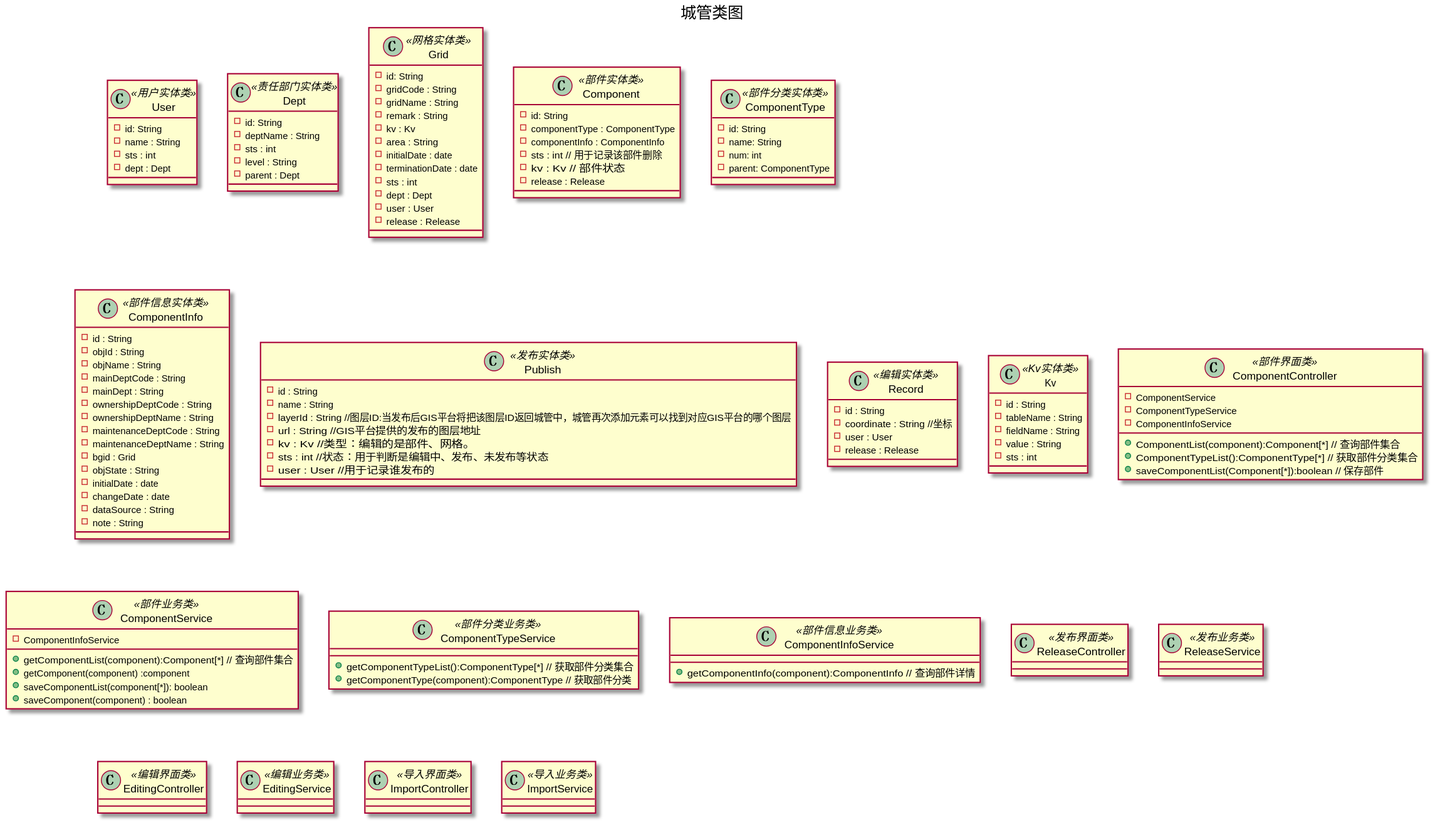
This is doc/ClassUml/城管类图/城管类图.svg from missaouib/urban-management-platform, a PlantUML export, as it was before one commit. Source of this version:
```plantuml
@startuml
title 城管类图
class User <<用户实体类>>{
    -id: String
    -name : String
    -sts : int
    -dept : Dept
}

class Dept<<责任部门实体类>>{
    -id: String
    -deptName : String
    -sts : int
    -level : String
    -parent : Dept
}

class Grid<<网格实体类>>{
    -id: String
    -gridCode : String
    -gridName : String
    -remark : String
    -kv : Kv
    -area : String
    -initialDate : date
    -terminationDate : date
    -sts : int
    -dept : Dept
    -user : User
    -release : Release
}

class Component<<部件实体类>>{
    -id: String
    -componentType : ComponentType
    -componentInfo : ComponentInfo
    -sts : int  // 用于记录该部件删除
    -kv : Kv       // 部件状态
    -release : Release
}

class ComponentType<<部件分类实体类>>{
    -id: String
    -name: String
    -num: int
    -parent: ComponentType
}

class ComponentInfo<<部件信息实体类>>{
    -id : String
    -objId : String
    -objName : String
    -mainDeptCode : String
    -mainDept : String
    -ownershipDeptCode : String
    -ownershipDeptName : String
    -maintenanceDeptCode : String
    -maintenanceDeptName  : String
    -bgid : Grid
    -objState : String
    -initialDate : date
    -changeDate : date
    -dataSource : String
    -note : String
}

class Publish<<发布实体类>>{
    -id : String
    -name : String
    -layerId : String     //图层ID:当发布后GIS平台将把该图层ID返回城管中，城管再次添加元素可以找到对应GIS平台的哪个图层
    -url : String         //GIS平台提供的发布的图层地址
    -kv : Kv              //类型：编辑的是部件、网格。
    -sts : int            //状态：用于判断是编辑中、发布、未发布等状态
    -user : User          //用于记录谁发布的
}
class Record<<编辑实体类>>{
    -id : String
    -coordinate : String  //坐标
    -user : User
    -release : Release
}

class Kv<<Kv实体类>>{
    -id : String
    -tableName : String
    -fieldName : String
    -value : String
    -sts : int
}



class ComponentController<<部件界面类>>{
    -ComponentService
    -ComponentTypeService
    -ComponentInfoService
    +ComponentList(component):Component[*]         // 查询部件集合
    +ComponentTypeList():ComponentType[*]          // 获取部件分类集合
    +saveComponentList(Component[*]):boolean       // 保存部件
}

class ComponentService<<部件业务类>>{
    -ComponentInfoService
    +getComponentList(component):Component[*]      // 查询部件集合
    +getComponent(component) :component
    +saveComponentList(component[*]): boolean
    +saveComponent(component) : boolean
}
class ComponentTypeService<<部件分类业务类>>{
    +getComponentTypeList():ComponentType[*]       // 获取部件分类集合
    +getComponentType(component):ComponentType     // 获取部件分类
}
class ComponentInfoService<<部件信息业务类>>{
    +getComponentInfo(component):ComponentInfo          // 查询部件详情
}

class ReleaseController<<发布界面类>>{

}
class ReleaseService<<发布业务类>>{

}

class EditingController<<编辑界面类>>{

}
class EditingService<<编辑业务类>>{

}
class ImportController<<导入界面类>>{

}
class ImportService<<导入业务类>>{

}








@enduml
```
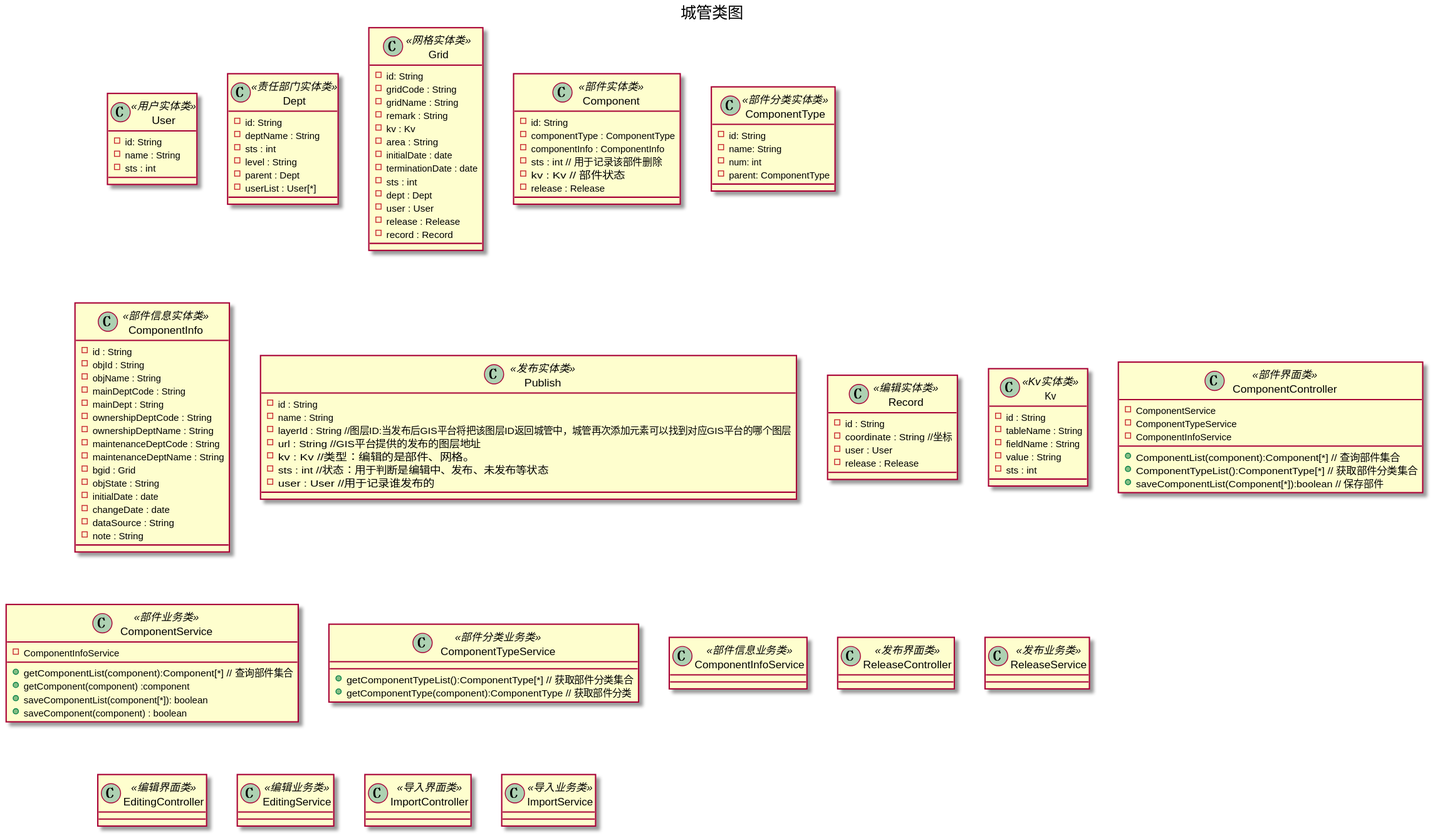
The same diagram one commit later.

Commit message:
城管类图 修改 user dept 关系

Diff of the diagram source:
```diff
@@ -4,7 +4,6 @@
     -id: String
     -name : String
     -sts : int
-    -dept : Dept
 }
 
 class Dept<<责任部门实体类>>{
@@ -13,6 +12,7 @@
     -sts : int
     -level : String
     -parent : Dept
+    -userList : User[*]
 }
 
 class Grid<<网格实体类>>{
@@ -28,6 +28,7 @@
     -dept : Dept
     -user : User
     -release : Release
+    -record : Record
 }
 
 class Component<<部件实体类>>{
@@ -111,7 +112,6 @@
     +getComponentType(component):ComponentType     // 获取部件分类
 }
 class ComponentInfoService<<部件信息业务类>>{
-    +getComponentInfo(component):ComponentInfo          // 查询部件详情
 }
 
 class ReleaseController<<发布界面类>>{
```
